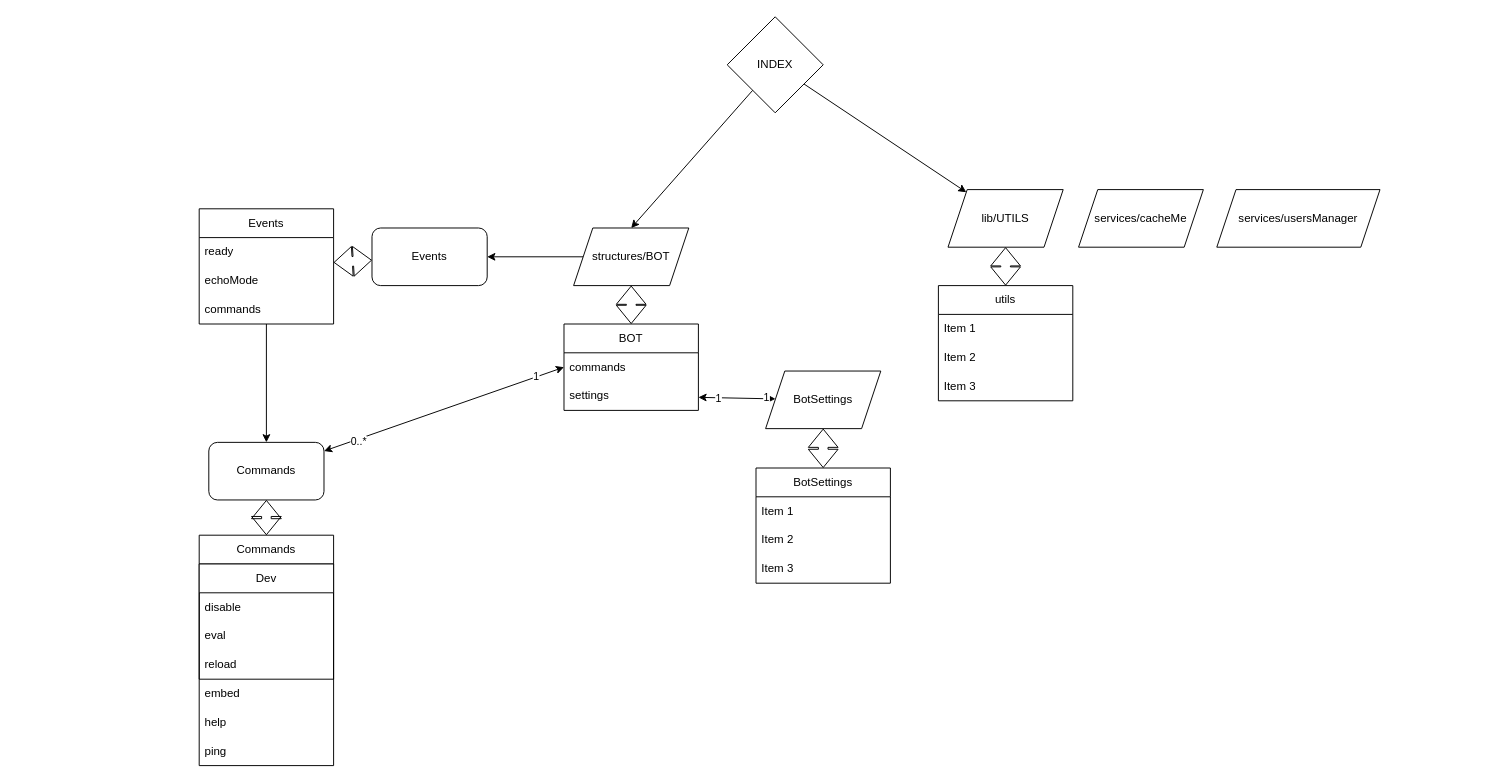
This is schemes/bot.drawio from TheNochtgamer/NochtTests, a draw.io file, before an edit. Source tidied: cells renumbered, new cells numbered last; positions are measured from the earlier drawing's top-left corner, leaving out a move shared by most shapes. Both pictures are drawn from the tidied source at 96%, with x=0, y=0 at pixel (199, 16).
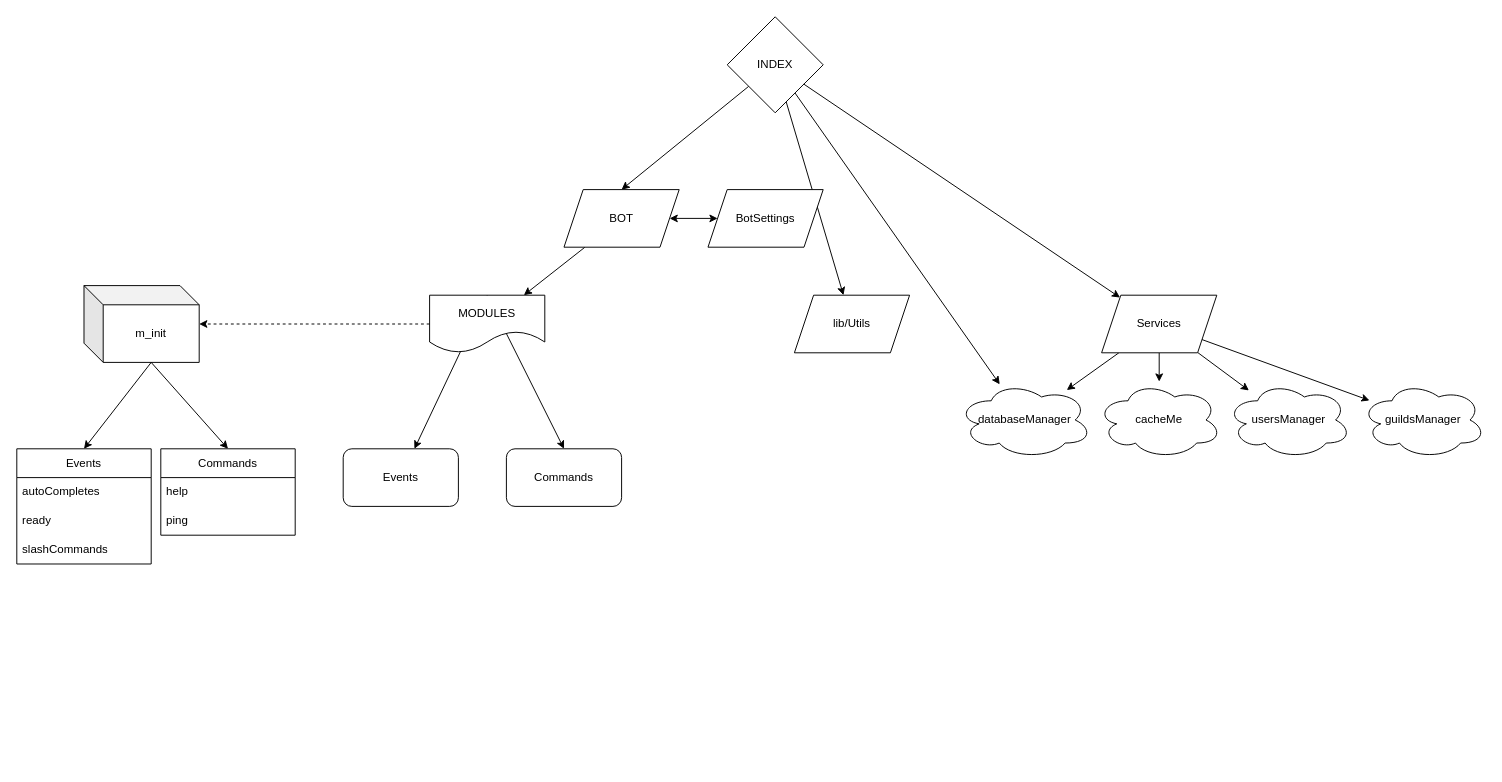
The same diagram, later.

Commit message:
Updated bot schema

The change refers to these unchanged cells:
```xml
<mxCell id="4" value="INDEX" style="rhombus;whiteSpace=wrap;html=1;" parent="1" vertex="1">
  <mxGeometry x="550" width="100" height="100" as="geometry" />
</mxCell>
```

The edit, as a diff of the source:
```diff
@@
+    <mxCell id="48" style="endArrow=classic;html=1;" parent="1" edge="1" source="4" target="57">
+      <mxGeometry relative="1" as="geometry" />
+    </mxCell>
@@
-    <mxCell id="5" style="edgeStyle=none;html=1;" parent="1" edge="1" source="6" target="18">
+    <mxCell id="5" style="edgeStyle=none;html=1;exitX=0.5;exitY=0;exitDx=0;exitDy=0;" parent="1" edge="1" source="51" target="18">
       <mxGeometry relative="1" as="geometry" />
     </mxCell>
+    <mxCell id="49" style="edgeStyle=none;html=1;" parent="1" edge="1" source="6" target="51">
+      <mxGeometry relative="1" as="geometry" />
+    </mxCell>
-    <mxCell id="6" value="structures/BOT" style="shape=parallelogram;perimeter=parallelogramPerimeter;whiteSpace=wrap;html=1;fixedSize=1;size=20;" parent="1" vertex="1">
-      <mxGeometry x="390" y="220" width="120" height="60" as="geometry" />
+    <mxCell id="6" value="BOT" style="shape=parallelogram;perimeter=parallelogramPerimeter;whiteSpace=wrap;html=1;fixedSize=1;size=20;" parent="1" vertex="1">
+      <mxGeometry x="380" y="180" width="120" height="60" as="geometry" />
     </mxCell>
-    <mxCell id="7" value="lib/UTILS" style="shape=parallelogram;perimeter=parallelogramPerimeter;whiteSpace=wrap;html=1;fixedSize=1;" parent="1" vertex="1">
-      <mxGeometry x="780" y="180" width="120" height="60" as="geometry" />
+    <mxCell id="7" value="lib/Utils" style="shape=parallelogram;perimeter=parallelogramPerimeter;whiteSpace=wrap;html=1;fixedSize=1;" parent="1" vertex="1">
+      <mxGeometry x="620" y="290" width="120" height="60" as="geometry" />
     </mxCell>
     <mxCell id="8" value="BotSettings" style="shape=parallelogram;perimeter=parallelogramPerimeter;whiteSpace=wrap;html=1;fixedSize=1;" parent="1" vertex="1">
-      <mxGeometry x="590" y="369" width="120" height="60" as="geometry" />
+      <mxGeometry x="530" y="180" width="120" height="60" as="geometry" />
     </mxCell>
-    <mxCell id="9" value="BotSettings" style="swimlane;fontStyle=0;horizontal=1;startSize=30;whiteSpace=wrap;html=1;" parent="1" vertex="1">
-      <mxGeometry x="580" y="470" width="140" height="120" as="geometry" />
-    </mxCell>
-    <mxCell id="10" value="Item 1" style="text;strokeColor=none;fillColor=none;align=left;verticalAlign=middle;spacingLeft=4;spacingRight=4;overflow=hidden;whiteSpace=wrap;html=1;" parent="9" vertex="1">
-      <mxGeometry y="30" width="140" height="30" as="geometry" />
-    </mxCell>
-    <mxCell id="11" value="Item 2" style="text;strokeColor=none;fillColor=none;align=left;verticalAlign=middle;spacingLeft=4;spacingRight=4;overflow=hidden;whiteSpace=wrap;html=1;" parent="9" vertex="1">
-      <mxGeometry y="60" width="140" height="30" as="geometry" />
-    </mxCell>
-    <mxCell id="12" value="Item 3" style="text;strokeColor=none;fillColor=none;align=left;verticalAlign=middle;spacingLeft=4;spacingRight=4;overflow=hidden;whiteSpace=wrap;html=1;" parent="9" vertex="1">
-      <mxGeometry y="90" width="140" height="30" as="geometry" />
-    </mxCell>
-    <mxCell id="13" value="utils" style="swimlane;fontStyle=0;horizontal=1;startSize=30;whiteSpace=wrap;html=1;" parent="1" vertex="1">
-      <mxGeometry x="770" y="280" width="140" height="120" as="geometry" />
-    </mxCell>
-    <mxCell id="14" value="Item 1" style="text;strokeColor=none;fillColor=none;align=left;verticalAlign=middle;spacingLeft=4;spacingRight=4;overflow=hidden;whiteSpace=wrap;html=1;" parent="13" vertex="1">
-      <mxGeometry y="30" width="140" height="30" as="geometry" />
-    </mxCell>
-    <mxCell id="15" value="Item 2" style="text;strokeColor=none;fillColor=none;align=left;verticalAlign=middle;spacingLeft=4;spacingRight=4;overflow=hidden;whiteSpace=wrap;html=1;" parent="13" vertex="1">
-      <mxGeometry y="60" width="140" height="30" as="geometry" />
-    </mxCell>
-    <mxCell id="16" value="Item 3" style="text;strokeColor=none;fillColor=none;align=left;verticalAlign=middle;spacingLeft=4;spacingRight=4;overflow=hidden;whiteSpace=wrap;html=1;" parent="13" vertex="1">
-      <mxGeometry y="90" width="140" height="30" as="geometry" />
-    </mxCell>
-    <mxCell id="17" value="services/cacheMe" style="shape=parallelogram;perimeter=parallelogramPerimeter;whiteSpace=wrap;html=1;fixedSize=1;" parent="1" vertex="1">
-      <mxGeometry x="916" y="180" width="130" height="60" as="geometry" />
-    </mxCell>
     <mxCell id="18" value="Events" style="rounded=1;whiteSpace=wrap;html=1;" parent="1" vertex="1">
-      <mxGeometry x="180" y="220" width="120" height="60" as="geometry" />
+      <mxGeometry x="150" y="450" width="120" height="60" as="geometry" />
     </mxCell>
-    <mxCell id="19" value="Commands" style="rounded=1;whiteSpace=wrap;html=1;" parent="1" vertex="1">
-      <mxGeometry x="10" y="443.3" width="120" height="60" as="geometry" />
-    </mxCell>
     <mxCell id="20" value="Events" style="swimlane;fontStyle=0;horizontal=1;startSize=30;whiteSpace=wrap;html=1;" parent="1" vertex="1">
-      <mxGeometry y="200" width="140" height="120" as="geometry" />
+      <mxGeometry x="-190" y="450" width="140" height="120" as="geometry" />
     </mxCell>
+    <mxCell id="22" value="autoCompletes" style="text;strokeColor=none;fillColor=none;align=left;verticalAlign=middle;spacingLeft=4;spacingRight=4;overflow=hidden;whiteSpace=wrap;html=1;" parent="20" vertex="1">
+      <mxGeometry y="30" width="140" height="30" as="geometry" />
+    </mxCell>
     <mxCell id="21" value="ready" style="text;strokeColor=none;fillColor=none;align=left;verticalAlign=middle;spacingLeft=4;spacingRight=4;overflow=hidden;whiteSpace=wrap;html=1;" parent="20" vertex="1">
-      <mxGeometry y="30" width="140" height="30" as="geometry" />
+      <mxGeometry y="60" width="140" height="30" as="geometry" />
     </mxCell>
-    <mxCell id="22" value="echoMode" style="text;strokeColor=none;fillColor=none;align=left;verticalAlign=middle;spacingLeft=4;spacingRight=4;overflow=hidden;whiteSpace=wrap;html=1;" parent="20" vertex="1">
-      <mxGeometry y="60" width="140" height="30" as="geometry" />
-    </mxCell>
-    <mxCell id="23" value="commands" style="text;strokeColor=none;fillColor=none;align=left;verticalAlign=middle;spacingLeft=4;spacingRight=4;overflow=hidden;points=[[0,0.5],[1,0.5]];portConstraint=eastwest;whiteSpace=wrap;html=1;" parent="20" vertex="1">
+    <mxCell id="23" value="slashCommands" style="text;strokeColor=none;fillColor=none;align=left;verticalAlign=middle;spacingLeft=4;spacingRight=4;overflow=hidden;points=[[0,0.5],[1,0.5]];portConstraint=eastwest;whiteSpace=wrap;html=1;" parent="20" vertex="1">
       <mxGeometry y="90" width="140" height="30" as="geometry" />
     </mxCell>
-    <mxCell id="24" style="shape=flexArrow;endArrow=classic;startArrow=classic;html=1;" parent="1" edge="1" source="20" target="18">
-      <mxGeometry relative="1" as="geometry" />
-    </mxCell>
-    <mxCell id="25" style="shape=flexArrow;endArrow=classic;startArrow=classic;html=1;" parent="1" edge="1" source="9" target="8">
-      <mxGeometry relative="1" as="geometry" />
-    </mxCell>
-    <mxCell id="26" style="shape=flexArrow;endArrow=classic;startArrow=classic;html=1;" parent="1" edge="1" source="13" target="7">
-      <mxGeometry relative="1" as="geometry" />
-    </mxCell>
-    <mxCell id="27" value="services/usersManager" style="shape=parallelogram;perimeter=parallelogramPerimeter;whiteSpace=wrap;html=1;fixedSize=1;" parent="1" vertex="1">
-      <mxGeometry x="1060" y="180" width="170" height="60" as="geometry" />
-    </mxCell>
-    <mxCell id="28" style="edgeStyle=none;html=1;" parent="1" edge="1" source="23" target="19">
-      <mxGeometry relative="1" as="geometry" />
-    </mxCell>
-    <mxCell id="29" value="BOT" style="swimlane;fontStyle=0;horizontal=1;startSize=30;whiteSpace=wrap;html=1;" parent="1" vertex="1">
-      <mxGeometry x="380" y="320" width="140" height="90" as="geometry" />
-    </mxCell>
-    <mxCell id="30" value="commands" style="text;strokeColor=none;fillColor=none;align=left;verticalAlign=middle;spacingLeft=4;spacingRight=4;overflow=hidden;points=[[0,0.5],[1,0.5]];portConstraint=eastwest;whiteSpace=wrap;html=1;" parent="29" vertex="1">
-      <mxGeometry y="30" width="140" height="30" as="geometry" />
-    </mxCell>
-    <mxCell id="31" value="settings" style="text;strokeColor=none;fillColor=none;align=left;verticalAlign=middle;spacingLeft=4;spacingRight=4;overflow=hidden;points=[[0,0.5],[1,0.5]];portConstraint=eastwest;whiteSpace=wrap;html=1;" parent="29" vertex="1">
-      <mxGeometry y="60" width="140" height="30" as="geometry" />
-    </mxCell>
-    <mxCell id="32" style="endArrow=classic;startArrow=classic;html=1;" parent="1" edge="1" source="8" target="31">
-      <mxGeometry relative="1" as="geometry" />
-    </mxCell>
-    <mxCell id="33" value="1" style="edgeLabel;html=1;align=center;verticalAlign=middle;" parent="32" vertex="1">
-      <mxGeometry x="0.74" y="1" relative="1" as="geometry">
-        <mxPoint x="10" as="offset" />
-      </mxGeometry>
-    </mxCell>
-    <mxCell id="34" value="1" style="edgeLabel;html=1;align=center;verticalAlign=middle;" parent="32" vertex="1">
-      <mxGeometry x="-0.75" y="-1" relative="1" as="geometry" />
-    </mxCell>
-    <mxCell id="35" style="endArrow=classic;startArrow=classic;html=1;entryX=0;entryY=0.5;entryDx=0;entryDy=0;" parent="1" edge="1" source="19" target="30">
-      <mxGeometry relative="1" as="geometry" />
-    </mxCell>
-    <mxCell id="36" value="0..*" style="edgeLabel;html=1;align=center;verticalAlign=middle;" parent="35" vertex="1">
-      <mxGeometry x="-0.72" y="-2" relative="1" as="geometry" />
-    </mxCell>
-    <mxCell id="37" value="1" style="edgeLabel;html=1;align=center;verticalAlign=middle;" parent="35" vertex="1">
-      <mxGeometry x="0.77" y="1" relative="1" as="geometry" />
-    </mxCell>
-    <mxCell id="38" style="shape=flexArrow;endArrow=classic;startArrow=classic;html=1;" parent="1" edge="1" source="29" target="6">
-      <mxGeometry relative="1" as="geometry" />
-    </mxCell>
     <mxCell id="39" value="Commands" style="swimlane;fontStyle=0;horizontal=1;startSize=30;whiteSpace=wrap;html=1;" parent="1" vertex="1">
-      <mxGeometry y="540" width="140" height="240" as="geometry" />
+      <mxGeometry x="-40" y="450" width="140" height="90" as="geometry" />
     </mxCell>
-    <mxCell id="40" value="Dev" style="swimlane;fontStyle=0;horizontal=1;startSize=30;whiteSpace=wrap;html=1;" parent="39" vertex="1">
-      <mxGeometry y="30" width="140" height="120" as="geometry" />
-    </mxCell>
-    <mxCell id="41" value="disable" style="text;strokeColor=none;fillColor=none;align=left;verticalAlign=middle;spacingLeft=4;spacingRight=4;overflow=hidden;whiteSpace=wrap;html=1;" parent="40" vertex="1">
-      <mxGeometry y="30" width="140" height="30" as="geometry" />
-    </mxCell>
-    <mxCell id="42" value="eval" style="text;strokeColor=none;fillColor=none;align=left;verticalAlign=middle;spacingLeft=4;spacingRight=4;overflow=hidden;whiteSpace=wrap;html=1;" parent="40" vertex="1">
-      <mxGeometry y="60" width="140" height="30" as="geometry" />
-    </mxCell>
-    <mxCell id="43" value="reload" style="text;strokeColor=none;fillColor=none;align=left;verticalAlign=middle;spacingLeft=4;spacingRight=4;overflow=hidden;whiteSpace=wrap;html=1;" parent="40" vertex="1">
-      <mxGeometry y="90" width="140" height="30" as="geometry" />
-    </mxCell>
-    <mxCell id="44" value="embed" style="text;strokeColor=none;fillColor=none;align=left;verticalAlign=middle;spacingLeft=4;spacingRight=4;overflow=hidden;whiteSpace=wrap;html=1;" parent="39" vertex="1">
-      <mxGeometry y="150" width="140" height="30" as="geometry" />
-    </mxCell>
     <mxCell id="45" value="help" style="text;strokeColor=none;fillColor=none;align=left;verticalAlign=middle;spacingLeft=4;spacingRight=4;overflow=hidden;whiteSpace=wrap;html=1;" parent="39" vertex="1">
-      <mxGeometry y="180" width="140" height="30" as="geometry" />
+      <mxGeometry y="30" width="140" height="30" as="geometry" />
     </mxCell>
     <mxCell id="46" value="ping" style="text;strokeColor=none;fillColor=none;align=left;verticalAlign=middle;spacingLeft=4;spacingRight=4;overflow=hidden;whiteSpace=wrap;html=1;" parent="39" vertex="1">
-      <mxGeometry y="210" width="140" height="30" as="geometry" />
+      <mxGeometry y="60" width="140" height="30" as="geometry" />
     </mxCell>
-    <mxCell id="47" style="shape=flexArrow;endArrow=classic;startArrow=classic;html=1;" parent="1" edge="1" source="39" target="19">
-      <mxGeometry relative="1" as="geometry" />
-    </mxCell>
+    <mxCell id="19" value="Commands" style="rounded=1;whiteSpace=wrap;html=1;" parent="1" vertex="1">
+      <mxGeometry x="320" y="450" width="120" height="60" as="geometry" />
+    </mxCell>
+    <mxCell id="50" style="edgeStyle=none;html=1;entryX=0.5;entryY=0;entryDx=0;entryDy=0;exitX=0.5;exitY=0;exitDx=0;exitDy=0;" parent="1" edge="1" source="51" target="19">
+      <mxGeometry relative="1" as="geometry" />
+    </mxCell>
+    <mxCell id="51" value="MODULES" style="shape=document;whiteSpace=wrap;html=1;boundedLbl=1;size=0.375;" parent="1" vertex="1">
+      <mxGeometry x="240" y="290" width="120" height="60" as="geometry" />
+    </mxCell>
+    <mxCell id="52" value="cacheMe" style="ellipse;shape=cloud;whiteSpace=wrap;html=1;" parent="1" vertex="1">
+      <mxGeometry x="935" y="380" width="130" height="80" as="geometry" />
+    </mxCell>
+    <mxCell id="53" value="usersManager" style="ellipse;shape=cloud;whiteSpace=wrap;html=1;" parent="1" vertex="1">
+      <mxGeometry x="1070" y="380" width="130" height="80" as="geometry" />
+    </mxCell>
+    <mxCell id="54" style="edgeStyle=none;html=1;" parent="1" edge="1" source="58" target="53">
+      <mxGeometry relative="1" as="geometry" />
+    </mxCell>
+    <mxCell id="55" style="endArrow=classic;html=1;" parent="1" edge="1" source="58" target="52">
+      <mxGeometry relative="1" as="geometry" />
+    </mxCell>
+    <mxCell id="56" style="endArrow=classic;html=1;" parent="1" edge="1" source="58" target="57">
+      <mxGeometry relative="1" as="geometry" />
+    </mxCell>
+    <mxCell id="57" value="databaseManager" style="ellipse;shape=cloud;whiteSpace=wrap;html=1;" parent="1" vertex="1">
+      <mxGeometry x="790" y="380" width="140" height="80" as="geometry" />
+    </mxCell>
+    <mxCell id="58" value="Services" style="shape=parallelogram;perimeter=parallelogramPerimeter;whiteSpace=wrap;html=1;fixedSize=1;" parent="1" vertex="1">
+      <mxGeometry x="940" y="290" width="120" height="60" as="geometry" />
+    </mxCell>
+    <mxCell id="59" style="endArrow=classic;html=1;" parent="1" edge="1" source="4" target="58">
+      <mxGeometry relative="1" as="geometry" />
+    </mxCell>
+    <mxCell id="60" style="endArrow=classic;startArrow=classic;html=1;" parent="1" edge="1" source="6" target="8">
+      <mxGeometry relative="1" as="geometry" />
+    </mxCell>
+    <mxCell id="61" style="endArrow=classic;html=1;exitX=0;exitY=0.5;exitDx=0;exitDy=0;dashed=1;" parent="1" edge="1" source="51" target="62">
+      <mxGeometry relative="1" as="geometry" />
+    </mxCell>
+    <mxCell id="62" value="m_init" style="shape=cube;whiteSpace=wrap;html=1;boundedLbl=1;backgroundOutline=1;darkOpacity=0.05;darkOpacity2=0.1;" parent="1" vertex="1">
+      <mxGeometry x="-120" y="280" width="120" height="80" as="geometry" />
+    </mxCell>
+    <mxCell id="63" style="endArrow=classic;html=1;exitX=0;exitY=0;exitDx=70;exitDy=80;exitPerimeter=0;entryX=0.5;entryY=0;entryDx=0;entryDy=0;" parent="1" edge="1" source="62" target="39">
+      <mxGeometry relative="1" as="geometry" />
+    </mxCell>
+    <mxCell id="64" style="endArrow=classic;html=1;exitX=0;exitY=0;exitDx=70;exitDy=80;exitPerimeter=0;entryX=0.5;entryY=0;entryDx=0;entryDy=0;" parent="1" edge="1" source="62" target="20">
+      <mxGeometry relative="1" as="geometry" />
+    </mxCell>
+    <mxCell id="65" value="guildsManager" style="ellipse;shape=cloud;whiteSpace=wrap;html=1;" parent="1" vertex="1">
+      <mxGeometry x="1210" y="380" width="130" height="80" as="geometry" />
+    </mxCell>
+    <mxCell id="66" style="edgeStyle=none;html=1;" parent="1" edge="1" source="58" target="65">
+      <mxGeometry relative="1" as="geometry" />
+    </mxCell>
```
